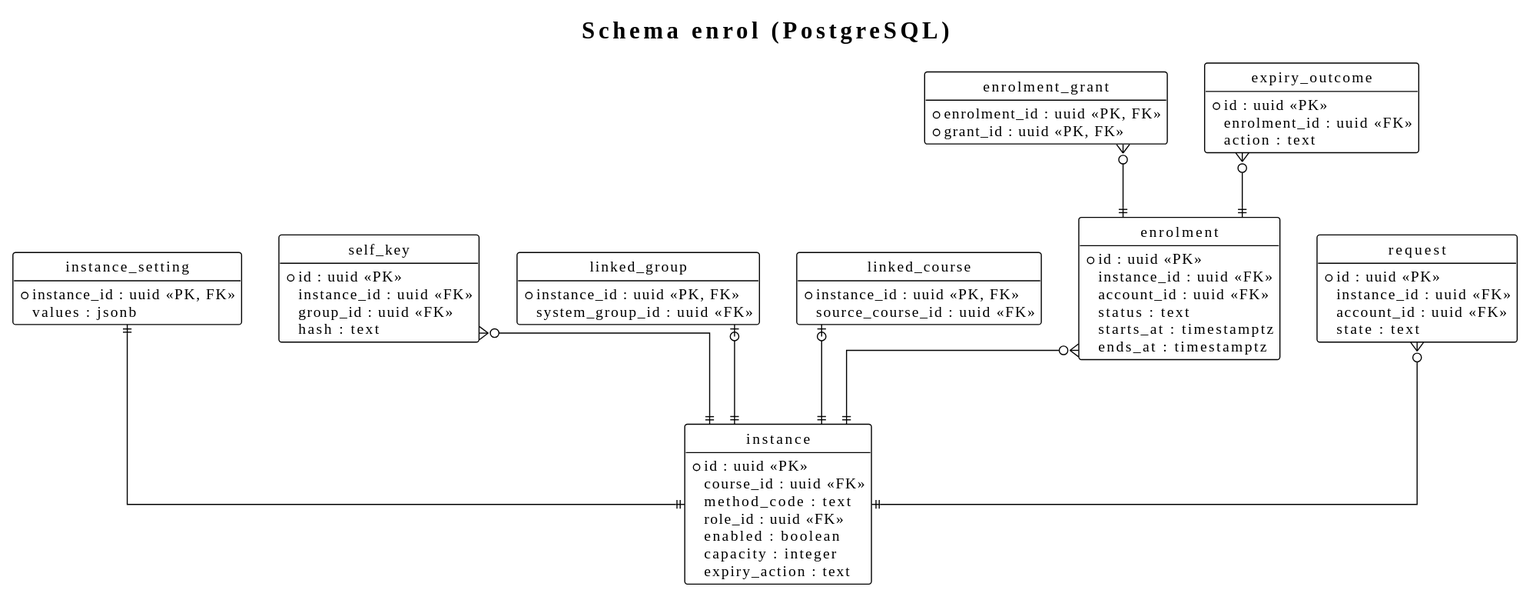
Before: docs/03-design/data-model/enrolment.svg, a diagram exported from PlantUML (didactika/kampus).
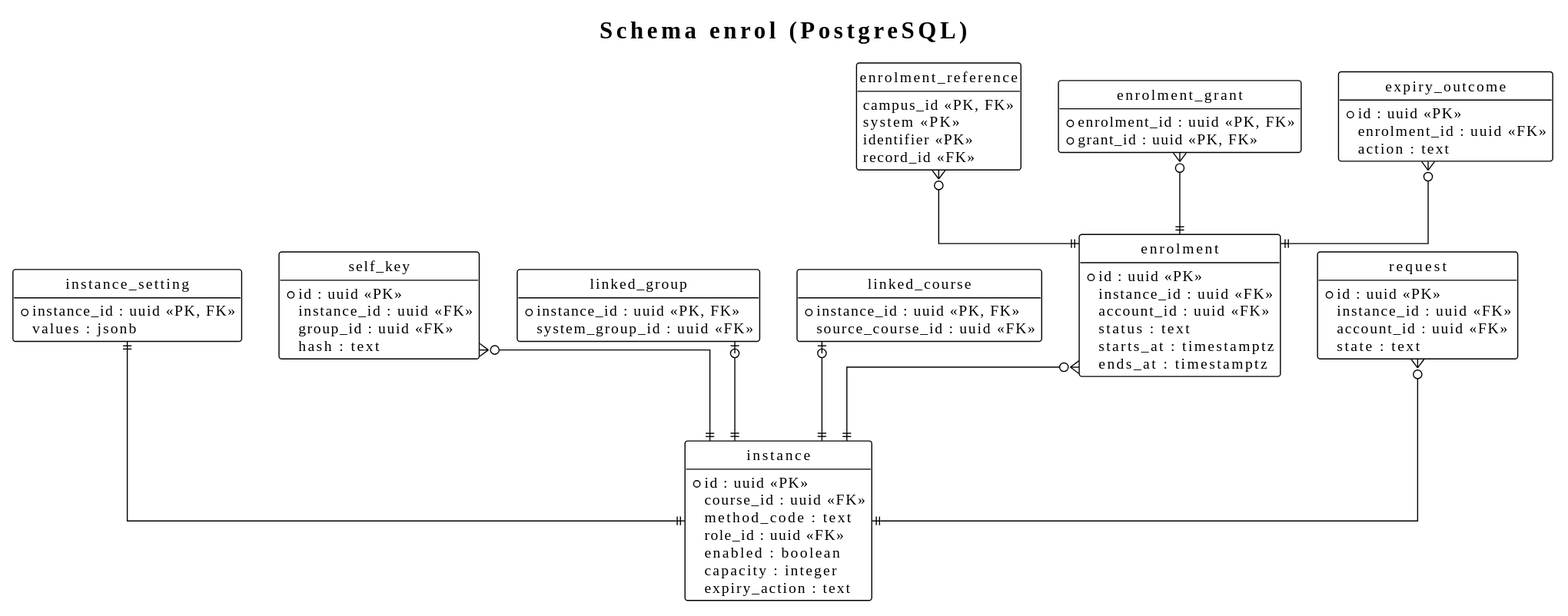
Above is the later version.

What changed in the source:
```diff
@@ -32,6 +32,12 @@
   * instance_id : uuid <<PK, FK>>
   source_course_id : uuid <<FK>>
 }
+entity enrolment_reference {
+  campus_id <<PK, FK>>
+  system <<PK>>
+  identifier <<PK>>
+  record_id <<FK>>
+}
 entity enrolment {
   * id : uuid <<PK>>
   instance_id : uuid <<FK>>
@@ -64,4 +70,5 @@
 enrolment_grant }o--|| enrolment
 request }o--|| instance
 expiry_outcome }o--|| enrolment
+enrolment_reference }o--|| enrolment
 @enduml
```
